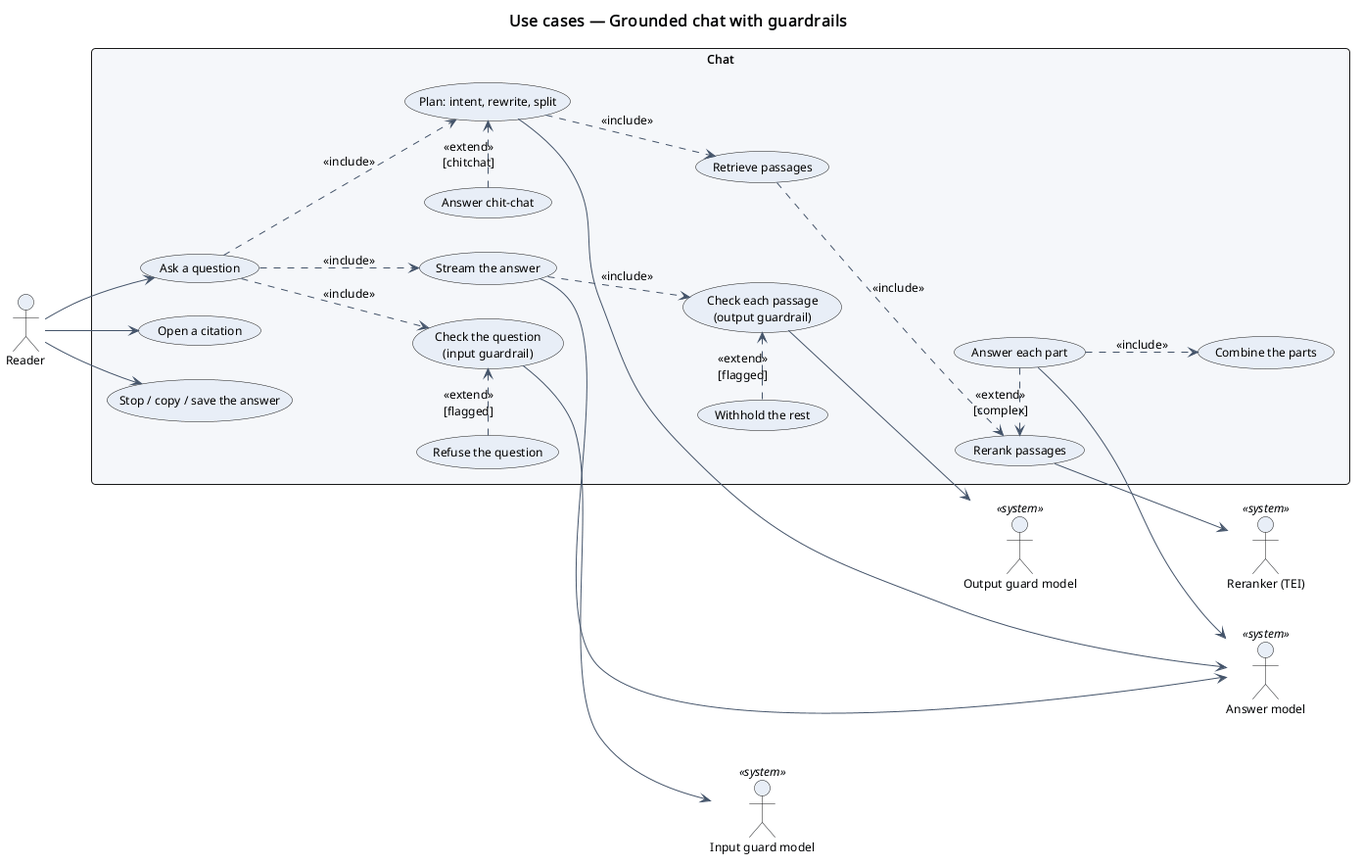
Before: software_engineering/2_use_case_diagrams/chat.png, a diagram exported from PlantUML (omarTBakr/notebookllm-minus). The source it was exported from:
```plantuml
@startuml
!include ../_style.iuml
left to right direction
title Use cases — Grounded chat with guardrails

actor Reader as reader
actor "Input guard model" as gin <<system>>
actor "Output guard model" as gout <<system>>
actor "Answer model" as llm <<system>>
actor "Reranker (TEI)" as tei <<system>>

rectangle "Chat" {
  usecase "Ask a question" as UC_ask
  usecase "Check the question\n(input guardrail)" as UC_gin
  usecase "Refuse the question" as UC_refuse
  usecase "Plan: intent, rewrite, split" as UC_plan
  usecase "Answer chit-chat" as UC_chit
  usecase "Retrieve passages" as UC_retrieve
  usecase "Rerank passages" as UC_rerank
  usecase "Answer each part" as UC_parts
  usecase "Combine the parts" as UC_synth
  usecase "Stream the answer" as UC_stream
  usecase "Check each passage\n(output guardrail)" as UC_gout
  usecase "Withhold the rest" as UC_withhold
  usecase "Open a citation" as UC_cite
  usecase "Stop / copy / save the answer" as UC_actions
}

reader --> UC_ask
reader --> UC_cite
reader --> UC_actions

UC_ask ..> UC_gin : <<include>>
UC_refuse .> UC_gin : <<extend>>\n[flagged]
UC_ask ..> UC_plan : <<include>>
UC_chit .> UC_plan : <<extend>>\n[chitchat]
UC_plan ..> UC_retrieve : <<include>>
UC_retrieve ..> UC_rerank : <<include>>
UC_parts .> UC_rerank : <<extend>>\n[complex]
UC_parts ..> UC_synth : <<include>>
UC_ask ..> UC_stream : <<include>>
UC_stream ..> UC_gout : <<include>>
UC_withhold .> UC_gout : <<extend>>\n[flagged]

UC_gin --> gin
UC_gout --> gout
UC_plan --> llm
UC_parts --> llm
UC_stream --> llm
UC_rerank --> tei
@enduml
```
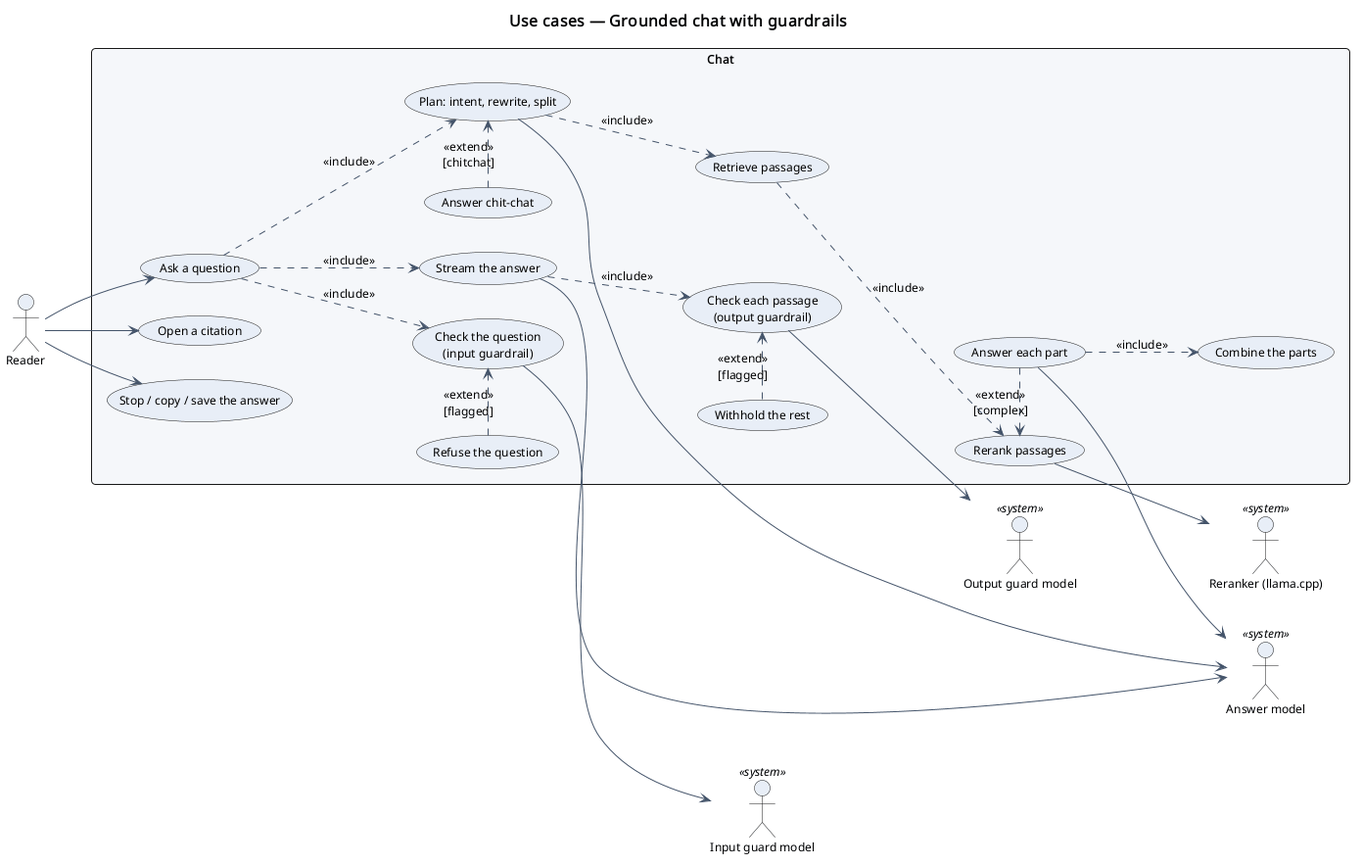
After the commit.

Change to the diagram source:
```diff
@@ -7,7 +7,7 @@
 actor "Input guard model" as gin <<system>>
 actor "Output guard model" as gout <<system>>
 actor "Answer model" as llm <<system>>
-actor "Reranker (TEI)" as tei <<system>>
+actor "Reranker (llama.cpp)" as tei <<system>>
 
 rectangle "Chat" {
   usecase "Ask a question" as UC_ask
```
